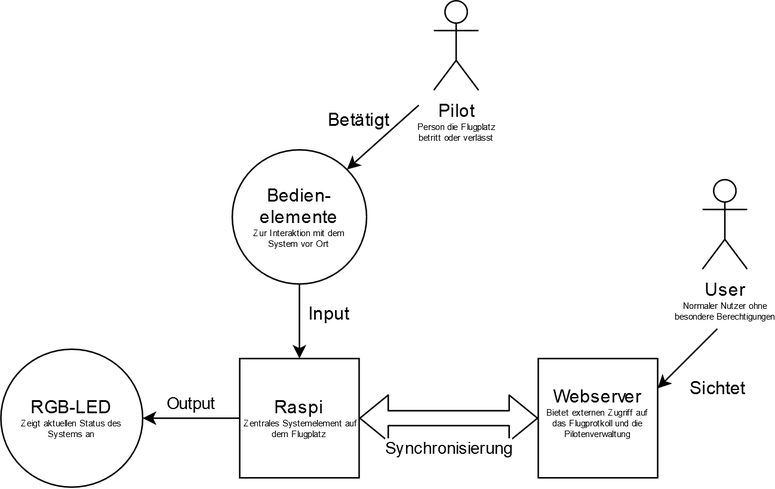
The draw.io diagram docs/architecture/images/C4_Level1.png in Lernni/E2-Anwesenheitserfassung-fuer-Modellflugplatz, before a commit. Source tidied: cells renumbered, new cells last; positions are measured from the earlier drawing's top-left corner, leaving out a move shared by most shapes. Its diagram source:
```xml
<mxGraphModel>
  <root>
    <mxCell id="0" />
    <mxCell id="1" parent="0" />
    <mxCell id="2" value="Raspi&lt;i&gt;&lt;br&gt;&lt;/i&gt;&lt;div style=&quot;font-size: 6px&quot;&gt;&lt;i&gt;&amp;nbsp;&lt;/i&gt;Zentrales Systemelement auf dem Flugplatz&lt;br&gt;&lt;i&gt;&lt;/i&gt;&lt;/div&gt;" style="whiteSpace=wrap;html=1;" parent="1" vertex="1">
      <mxGeometry x="160" y="240" width="80" height="80" as="geometry" />
    </mxCell>
    <mxCell id="3" value="Webserver&lt;br&gt;&lt;div style=&quot;font-size: 6px&quot;&gt;&lt;font style=&quot;font-size: 6px&quot;&gt;Bietet externen Zugriff auf&lt;br&gt;das Flugprotkoll und die&lt;br&gt;Pilotenverwaltung&lt;/font&gt;&lt;/div&gt;&lt;div style=&quot;font-size: 6px&quot;&gt;&lt;br&gt;&lt;/div&gt;" style="whiteSpace=wrap;html=1;" parent="1" vertex="1">
      <mxGeometry x="360" y="240" width="80" height="80" as="geometry" />
    </mxCell>
    <mxCell id="4" style="shape=flexArrow;endArrow=classic;startArrow=classic;html=1;exitX=1;exitY=0.5;exitDx=0;exitDy=0;entryX=0;entryY=0.5;entryDx=0;entryDy=0;" parent="1" edge="1" source="2" target="3">
      <mxGeometry relative="1" as="geometry" />
    </mxCell>
    <mxCell id="5" value="&lt;div&gt;Synchronisierung&lt;/div&gt;" style="edgeLabel;html=1;align=center;verticalAlign=middle;" parent="4" vertex="1">
      <mxGeometry x="0.14" y="-2" relative="1" as="geometry">
        <mxPoint x="-8.6" y="18" as="offset" />
      </mxGeometry>
    </mxCell>
    <mxCell id="6" value="&lt;div&gt;RGB-LED&lt;/div&gt;&lt;div style=&quot;font-size: 6px&quot;&gt;&lt;font style=&quot;font-size: 6px&quot;&gt;Zeigt aktuellen Status des&lt;br&gt;Systems an&lt;/font&gt;&lt;br&gt;&lt;/div&gt;" style="ellipse;whiteSpace=wrap;html=1;" parent="1" vertex="1">
      <mxGeometry y="233.8" width="95" height="92.5" as="geometry" />
    </mxCell>
    <mxCell id="7" style="endArrow=classic;html=1;entryX=1;entryY=0.5;entryDx=0;entryDy=0;" parent="1" edge="1" target="6">
      <mxGeometry relative="1" as="geometry">
        <mxPoint x="160" y="280" as="sourcePoint" />
      </mxGeometry>
    </mxCell>
    <mxCell id="8" value="Output" style="edgeLabel;html=1;align=center;verticalAlign=middle;" parent="7" vertex="1">
      <mxGeometry x="0.34" y="-2" relative="1" as="geometry">
        <mxPoint x="10.6" y="-8" as="offset" />
      </mxGeometry>
    </mxCell>
    <mxCell id="9" value="Sichtet" style="text;html=1;align=center;verticalAlign=middle;" parent="1" vertex="1">
      <mxGeometry x="455" y="250" width="50" height="20" as="geometry" />
    </mxCell>
    <mxCell id="10" value="&lt;div&gt;User&lt;/div&gt;&lt;div style=&quot;font-size: 6px&quot;&gt;&lt;font style=&quot;font-size: 6px&quot;&gt;Normaler Nutzer ohne&lt;/font&gt;&lt;/div&gt;&lt;div style=&quot;font-size: 6px&quot;&gt;&lt;font style=&quot;font-size: 6px&quot;&gt;besondere Berechtigungen&lt;/font&gt;&lt;br&gt;&lt;/div&gt;" style="shape=umlActor;verticalLabelPosition=bottom;verticalAlign=top;html=1;" parent="1" vertex="1">
      <mxGeometry x="470" y="120" width="30" height="60" as="geometry" />
    </mxCell>
    <mxCell id="11" style="endArrow=classic;html=1;" parent="1" edge="1">
      <mxGeometry relative="1" as="geometry">
        <mxPoint x="480" y="220" as="sourcePoint" />
        <mxPoint x="440" y="260" as="targetPoint" />
        <Array as="points">
          <mxPoint x="460" y="240" />
        </Array>
      </mxGeometry>
    </mxCell>
    <mxCell id="12" value="&lt;div style=&quot;font-size: 6px&quot;&gt;&lt;font style=&quot;font-size: 12px&quot;&gt;Pilot&lt;/font&gt;&lt;/div&gt;&lt;div style=&quot;font-size: 6px&quot;&gt;&lt;font style=&quot;font-size: 6px&quot;&gt;Person die Flugplatz&lt;/font&gt;&lt;/div&gt;&lt;div style=&quot;font-size: 6px&quot;&gt;&lt;font style=&quot;font-size: 6px&quot;&gt;betritt oder verlässt&lt;/font&gt;&lt;br&gt;&lt;/div&gt;" style="shape=umlActor;verticalLabelPosition=bottom;verticalAlign=top;html=1;" parent="1" vertex="1">
      <mxGeometry x="290" width="30" height="60" as="geometry" />
    </mxCell>
    <mxCell id="13" value="&lt;div style=&quot;font-size: 6px&quot;&gt;&lt;font style=&quot;font-size: 12px&quot;&gt;Bedien-elemente&lt;/font&gt;&lt;/div&gt;&lt;div style=&quot;font-size: 6px&quot;&gt;&lt;font style=&quot;font-size: 6px&quot;&gt;Zur Interaktion mit dem&lt;/font&gt;&lt;/div&gt;&lt;div style=&quot;font-size: 6px&quot;&gt;&lt;font style=&quot;font-size: 6px&quot;&gt;System vor Ort&lt;/font&gt;&lt;br&gt;&lt;/div&gt;" style="ellipse;whiteSpace=wrap;html=1;" parent="1" vertex="1">
      <mxGeometry x="155" y="100" width="90" height="90" as="geometry" />
    </mxCell>
    <mxCell id="14" style="endArrow=classic;html=1;entryX=0.5;entryY=0;entryDx=0;entryDy=0;exitX=0.5;exitY=1;exitDx=0;exitDy=0;" parent="1" edge="1" source="13" target="2">
      <mxGeometry relative="1" as="geometry" />
    </mxCell>
    <mxCell id="15" value="Input" style="text;html=1;strokeColor=none;fillColor=none;align=center;verticalAlign=middle;whiteSpace=wrap;rounded=0;" parent="1" vertex="1">
      <mxGeometry x="200" y="200" width="40" height="20" as="geometry" />
    </mxCell>
    <mxCell id="16" style="endArrow=classic;html=1;entryX=1;entryY=0;entryDx=0;entryDy=0;" parent="1" edge="1" target="13">
      <mxGeometry relative="1" as="geometry">
        <mxPoint x="280" y="70" as="sourcePoint" />
      </mxGeometry>
    </mxCell>
    <mxCell id="17" value="Betätigt" style="text;html=1;strokeColor=none;fillColor=none;align=center;verticalAlign=middle;whiteSpace=wrap;rounded=0;" parent="1" vertex="1">
      <mxGeometry x="220" y="70" width="40" height="20" as="geometry" />
    </mxCell>
  </root>
</mxGraphModel>
```
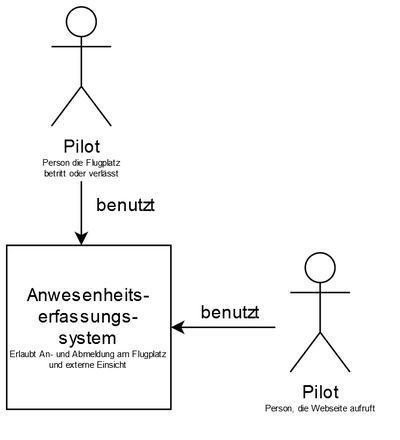
Above is the later version.

Commit message:
C4 Model Level 1

Change to the diagram source:
```diff
@@ -2,67 +2,31 @@
   <root>
     <mxCell id="0" />
     <mxCell id="1" parent="0" />
-    <mxCell id="2" value="Raspi&lt;i&gt;&lt;br&gt;&lt;/i&gt;&lt;div style=&quot;font-size: 6px&quot;&gt;&lt;i&gt;&amp;nbsp;&lt;/i&gt;Zentrales Systemelement auf dem Flugplatz&lt;br&gt;&lt;i&gt;&lt;/i&gt;&lt;/div&gt;" style="whiteSpace=wrap;html=1;" parent="1" vertex="1">
-      <mxGeometry x="160" y="240" width="80" height="80" as="geometry" />
+    <mxCell id="2" value="&lt;div&gt;Anwesenheits-&lt;/div&gt;&lt;div&gt;erfassungs-&lt;/div&gt;&lt;div&gt;system&lt;/div&gt;&lt;div style=&quot;font-size: 6px&quot;&gt;&lt;font style=&quot;font-size: 6px&quot;&gt;Erlaubt An- und Abmeldung am Flugplatz und externe Einsicht&lt;/font&gt;&lt;br&gt;&lt;/div&gt;" style="whiteSpace=wrap;html=1;" parent="1" vertex="1">
+      <mxGeometry x="160" y="210" width="110" height="110" as="geometry" />
     </mxCell>
-    <mxCell id="3" value="Webserver&lt;br&gt;&lt;div style=&quot;font-size: 6px&quot;&gt;&lt;font style=&quot;font-size: 6px&quot;&gt;Bietet externen Zugriff auf&lt;br&gt;das Flugprotkoll und die&lt;br&gt;Pilotenverwaltung&lt;/font&gt;&lt;/div&gt;&lt;div style=&quot;font-size: 6px&quot;&gt;&lt;br&gt;&lt;/div&gt;" style="whiteSpace=wrap;html=1;" parent="1" vertex="1">
-      <mxGeometry x="360" y="240" width="80" height="80" as="geometry" />
-    </mxCell>
-    <mxCell id="4" style="shape=flexArrow;endArrow=classic;startArrow=classic;html=1;exitX=1;exitY=0.5;exitDx=0;exitDy=0;entryX=0;entryY=0.5;entryDx=0;entryDy=0;" parent="1" edge="1" source="2" target="3">
-      <mxGeometry relative="1" as="geometry" />
-    </mxCell>
-    <mxCell id="5" value="&lt;div&gt;Synchronisierung&lt;/div&gt;" style="edgeLabel;html=1;align=center;verticalAlign=middle;" parent="4" vertex="1">
-      <mxGeometry x="0.14" y="-2" relative="1" as="geometry">
-        <mxPoint x="-8.6" y="18" as="offset" />
-      </mxGeometry>
-    </mxCell>
-    <mxCell id="6" value="&lt;div&gt;RGB-LED&lt;/div&gt;&lt;div style=&quot;font-size: 6px&quot;&gt;&lt;font style=&quot;font-size: 6px&quot;&gt;Zeigt aktuellen Status des&lt;br&gt;Systems an&lt;/font&gt;&lt;br&gt;&lt;/div&gt;" style="ellipse;whiteSpace=wrap;html=1;" parent="1" vertex="1">
-      <mxGeometry y="233.8" width="95" height="92.5" as="geometry" />
-    </mxCell>
-    <mxCell id="7" style="endArrow=classic;html=1;entryX=1;entryY=0.5;entryDx=0;entryDy=0;" parent="1" edge="1" target="6">
-      <mxGeometry relative="1" as="geometry">
-        <mxPoint x="160" y="280" as="sourcePoint" />
-      </mxGeometry>
-    </mxCell>
-    <mxCell id="8" value="Output" style="edgeLabel;html=1;align=center;verticalAlign=middle;" parent="7" vertex="1">
-      <mxGeometry x="0.34" y="-2" relative="1" as="geometry">
-        <mxPoint x="10.6" y="-8" as="offset" />
-      </mxGeometry>
-    </mxCell>
-    <mxCell id="9" value="Sichtet" style="text;html=1;align=center;verticalAlign=middle;" parent="1" vertex="1">
-      <mxGeometry x="455" y="250" width="50" height="20" as="geometry" />
-    </mxCell>
-    <mxCell id="10" value="&lt;div&gt;User&lt;/div&gt;&lt;div style=&quot;font-size: 6px&quot;&gt;&lt;font style=&quot;font-size: 6px&quot;&gt;Normaler Nutzer ohne&lt;/font&gt;&lt;/div&gt;&lt;div style=&quot;font-size: 6px&quot;&gt;&lt;font style=&quot;font-size: 6px&quot;&gt;besondere Berechtigungen&lt;/font&gt;&lt;br&gt;&lt;/div&gt;" style="shape=umlActor;verticalLabelPosition=bottom;verticalAlign=top;html=1;" parent="1" vertex="1">
-      <mxGeometry x="470" y="120" width="30" height="60" as="geometry" />
+    <mxCell id="10" value="&lt;div&gt;&lt;font style=&quot;font-size: 12px&quot;&gt;Pilot&lt;/font&gt;&lt;font style=&quot;font-size: 6px&quot;&gt;&lt;br&gt;&lt;/font&gt;&lt;/div&gt;&lt;div style=&quot;font-size: 6px&quot;&gt;&lt;font style=&quot;font-size: 6px&quot;&gt;Person, die Webseite aufruft&lt;/font&gt;&lt;/div&gt;" style="shape=umlActor;verticalLabelPosition=bottom;verticalAlign=top;html=1;" parent="1" vertex="1">
+      <mxGeometry x="350" y="215" width="40" height="80" as="geometry" />
     </mxCell>
-    <mxCell id="11" style="endArrow=classic;html=1;" parent="1" edge="1">
-      <mxGeometry relative="1" as="geometry">
-        <mxPoint x="480" y="220" as="sourcePoint" />
-        <mxPoint x="440" y="260" as="targetPoint" />
-        <Array as="points">
-          <mxPoint x="460" y="240" />
-        </Array>
-      </mxGeometry>
-    </mxCell>
     <mxCell id="12" value="&lt;div style=&quot;font-size: 6px&quot;&gt;&lt;font style=&quot;font-size: 12px&quot;&gt;Pilot&lt;/font&gt;&lt;/div&gt;&lt;div style=&quot;font-size: 6px&quot;&gt;&lt;font style=&quot;font-size: 6px&quot;&gt;Person die Flugplatz&lt;/font&gt;&lt;/div&gt;&lt;div style=&quot;font-size: 6px&quot;&gt;&lt;font style=&quot;font-size: 6px&quot;&gt;betritt oder verlässt&lt;/font&gt;&lt;br&gt;&lt;/div&gt;" style="shape=umlActor;verticalLabelPosition=bottom;verticalAlign=top;html=1;" parent="1" vertex="1">
-      <mxGeometry x="290" width="30" height="60" as="geometry" />
+      <mxGeometry x="190" y="50" width="40" height="80" as="geometry" />
     </mxCell>
-    <mxCell id="13" value="&lt;div style=&quot;font-size: 6px&quot;&gt;&lt;font style=&quot;font-size: 12px&quot;&gt;Bedien-elemente&lt;/font&gt;&lt;/div&gt;&lt;div style=&quot;font-size: 6px&quot;&gt;&lt;font style=&quot;font-size: 6px&quot;&gt;Zur Interaktion mit dem&lt;/font&gt;&lt;/div&gt;&lt;div style=&quot;font-size: 6px&quot;&gt;&lt;font style=&quot;font-size: 6px&quot;&gt;System vor Ort&lt;/font&gt;&lt;br&gt;&lt;/div&gt;" style="ellipse;whiteSpace=wrap;html=1;" parent="1" vertex="1">
-      <mxGeometry x="155" y="100" width="90" height="90" as="geometry" />
-    </mxCell>
-    <mxCell id="14" style="endArrow=classic;html=1;entryX=0.5;entryY=0;entryDx=0;entryDy=0;exitX=0.5;exitY=1;exitDx=0;exitDy=0;" parent="1" edge="1" source="13" target="2">
-      <mxGeometry relative="1" as="geometry" />
-    </mxCell>
-    <mxCell id="15" value="Input" style="text;html=1;strokeColor=none;fillColor=none;align=center;verticalAlign=middle;whiteSpace=wrap;rounded=0;" parent="1" vertex="1">
-      <mxGeometry x="200" y="200" width="40" height="20" as="geometry" />
-    </mxCell>
-    <mxCell id="16" style="endArrow=classic;html=1;entryX=1;entryY=0;entryDx=0;entryDy=0;" parent="1" edge="1" target="13">
+    <mxCell id="16" style="endArrow=classic;html=1;entryX=1;entryY=0;entryDx=0;entryDy=0;" parent="1" edge="1">
       <mxGeometry relative="1" as="geometry">
-        <mxPoint x="280" y="70" as="sourcePoint" />
+        <mxPoint x="210" y="167" as="sourcePoint" />
+        <mxPoint x="210" y="210" as="targetPoint" />
       </mxGeometry>
     </mxCell>
-    <mxCell id="17" value="Betätigt" style="text;html=1;strokeColor=none;fillColor=none;align=center;verticalAlign=middle;whiteSpace=wrap;rounded=0;" parent="1" vertex="1">
-      <mxGeometry x="220" y="70" width="40" height="20" as="geometry" />
-    </mxCell>
+    <mxCell id="18" style="endArrow=classic;html=1;entryX=1;entryY=0.5;entryDx=0;entryDy=0;" parent="1" edge="1" target="2">
+      <mxGeometry relative="1" as="geometry">
+        <mxPoint x="340" y="265" as="sourcePoint" />
+      </mxGeometry>
+    </mxCell>
+    <mxCell id="19" value="&lt;div&gt;benutzt&lt;/div&gt;&lt;div&gt;&lt;br&gt;&lt;/div&gt;" style="text;html=1;strokeColor=none;fillColor=none;align=center;verticalAlign=middle;whiteSpace=wrap;rounded=0;" parent="1" vertex="1">
+      <mxGeometry x="220" y="180" width="40" height="20" as="geometry" />
+    </mxCell>
+    <mxCell id="20" value="&lt;div&gt;benutzt&lt;/div&gt;" style="text;html=1;strokeColor=none;fillColor=none;align=center;verticalAlign=middle;whiteSpace=wrap;rounded=0;" parent="1" vertex="1">
+      <mxGeometry x="290" y="245" width="40" height="20" as="geometry" />
+    </mxCell>
   </root>
 </mxGraphModel>
```
